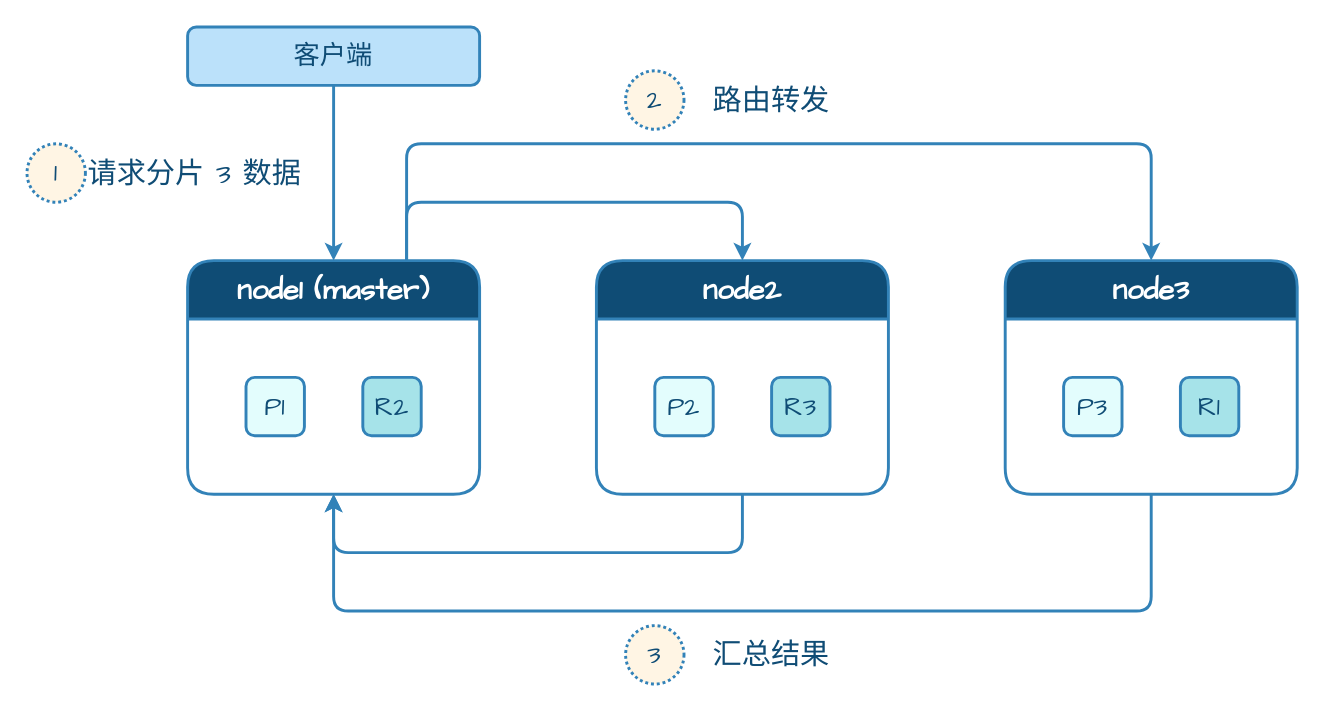
The draw.io diagram page "查询流程（Query）" (1 of 4) of assets/数据库/搜索引擎数据库/Elasticsearch_架构.drawio in dunwu/waterdrop, before the edit. Source tidied: cells renumbered, new cells numbered last; positions are measured from the earlier drawing's top-left corner, leaving out a move shared by most shapes. Both pictures are drawn from the tidied source at 146%, with x=0, y=0 at pixel (26, 26).
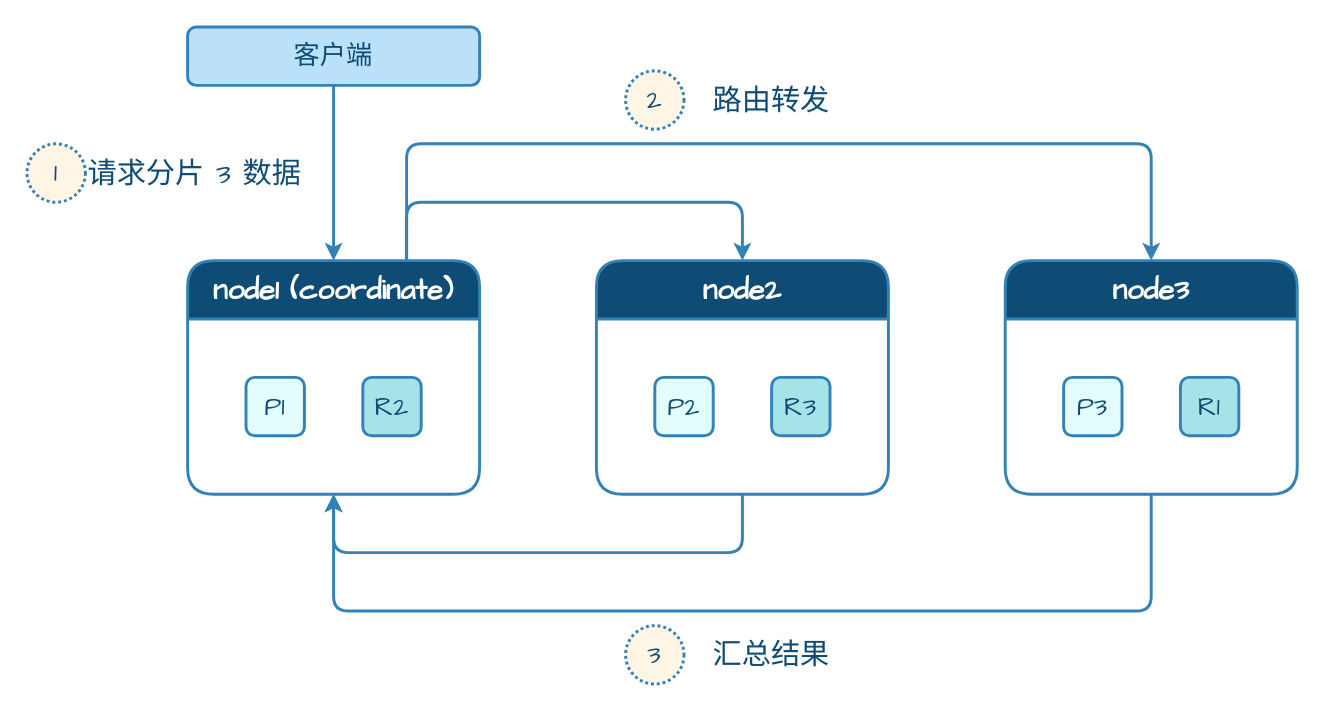
Above is the later version.

What changed in the source:
```diff
@@
-    <mxCell id="4" value="node1 (master)" style="swimlane;whiteSpace=wrap;html=1;rounded=1;shadow=0;strokeColor=#3282B8;strokeWidth=2;align=center;verticalAlign=middle;fontFamily=Comic Sans MS;fontSize=20;fontColor=#FFFFFF;fillColor=#0F4C75;startSize=40;fontStyle=1;swimlaneFillColor=none;swimlaneLine=1;" parent="1" vertex="1">
+    <mxCell id="4" value="node1 (coordinate)" style="swimlane;whiteSpace=wrap;html=1;rounded=1;shadow=0;strokeColor=#3282B8;strokeWidth=2;align=center;verticalAlign=middle;fontFamily=Comic Sans MS;fontSize=20;fontColor=#FFFFFF;fillColor=#0F4C75;startSize=40;fontStyle=1;swimlaneFillColor=none;swimlaneLine=1;" parent="1" vertex="1">
       <mxGeometry x="110" y="160" width="200" height="160" as="geometry" />
     </mxCell>
```
